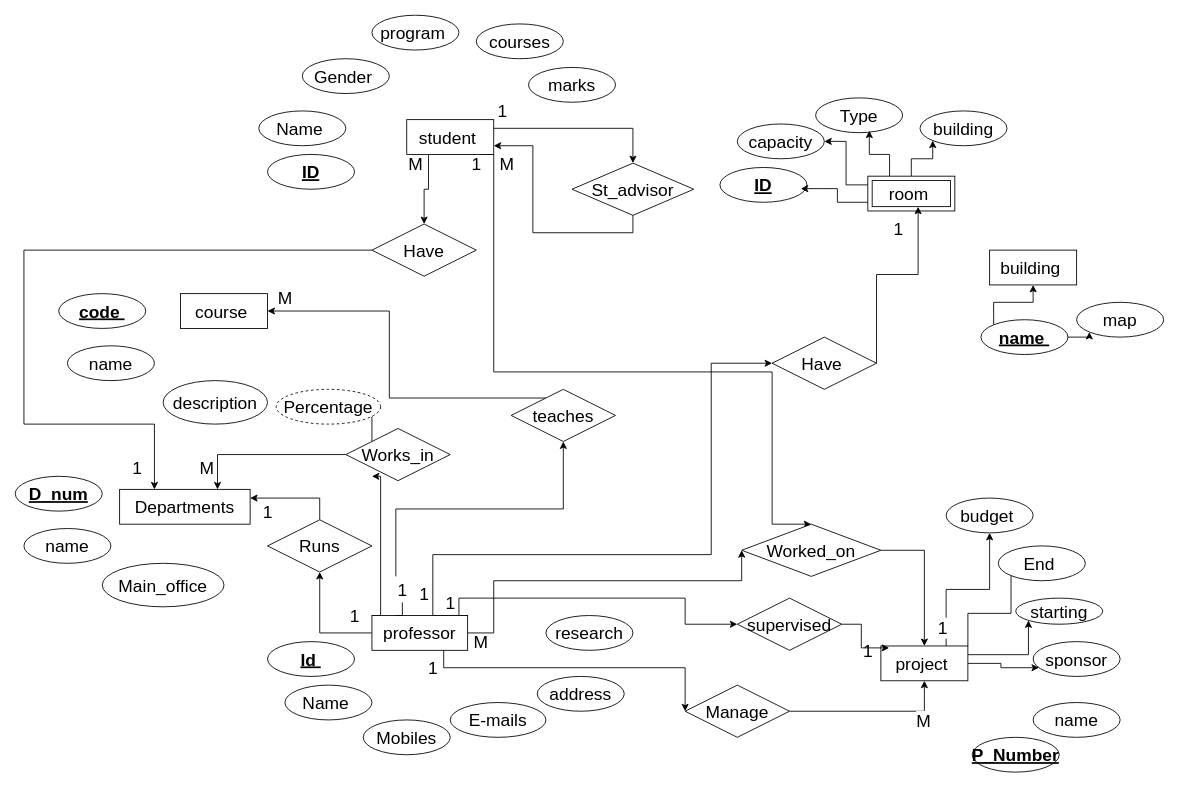
Above: Untitled Diagram.drawio in elarabyelaidy19/database_of_databases (draw.io), before the change. Source tidied: cells renumbered, new cells numbered last; positions are measured from the earlier drawing's top-left corner, leaving out a move shared by most shapes. Both pictures are drawn from the tidied source at 87%, with x=0, y=0 at pixel (15, 15).
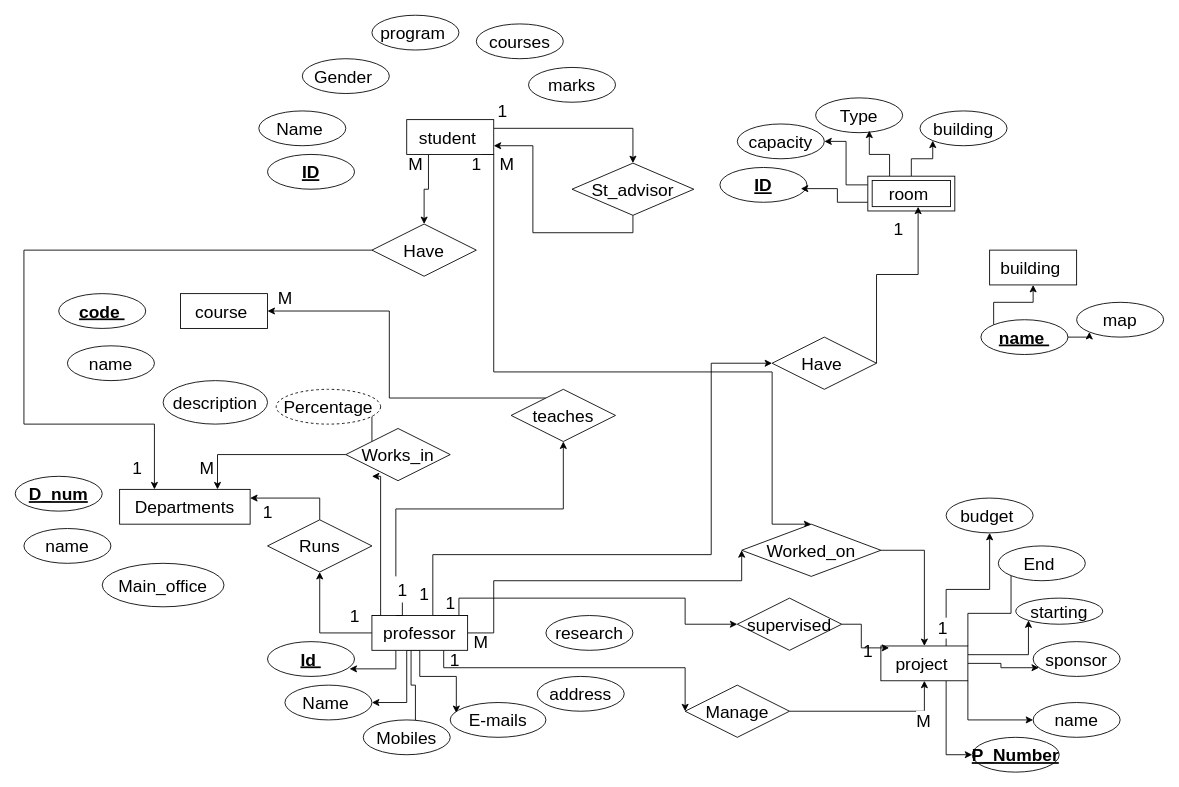
Above is the later version.

The change refers to these unchanged cells:
```xml
<mxCell id="9" value="professor" style="whiteSpace=wrap;html=1;align=center;fontSize=20;fontStyle=0;" parent="1" vertex="1">
  <mxGeometry x="410" y="690" width="110" height="40" as="geometry" />
</mxCell>
<mxCell id="20" value="project&amp;nbsp;" style="whiteSpace=wrap;html=1;align=center;fontSize=20;fontStyle=0;" parent="1" vertex="1">
  <mxGeometry x="995" y="725" width="100" height="40" as="geometry" />
</mxCell>
<mxCell id="31" value="Id&amp;nbsp;" style="ellipse;whiteSpace=wrap;html=1;align=center;fontSize=20;fontStyle=5;" parent="1" vertex="1">
  <mxGeometry x="290" y="720" width="100" height="40" as="geometry" />
</mxCell>
<mxCell id="32" value="Mobiles" style="ellipse;whiteSpace=wrap;html=1;align=center;fontSize=20;" parent="1" vertex="1">
  <mxGeometry x="400" y="810" width="100" height="40" as="geometry" />
</mxCell>
<mxCell id="33" value="Name&amp;nbsp;" style="ellipse;whiteSpace=wrap;html=1;align=center;fontSize=20;" parent="1" vertex="1">
  <mxGeometry x="310" y="770" width="100" height="40" as="geometry" />
</mxCell>
<mxCell id="34" value="E-mails" style="ellipse;whiteSpace=wrap;html=1;align=center;fontSize=20;" parent="1" vertex="1">
  <mxGeometry x="500" y="790" width="110" height="40" as="geometry" />
</mxCell>
<mxCell id="43" value="name" style="ellipse;whiteSpace=wrap;html=1;align=center;fontSize=20;" parent="1" vertex="1">
  <mxGeometry x="1170" y="790" width="100" height="40" as="geometry" />
</mxCell>
<mxCell id="44" value="P_Number" style="ellipse;whiteSpace=wrap;html=1;align=center;fontSize=20;fontStyle=5;" parent="1" vertex="1">
  <mxGeometry x="1100" y="830" width="100" height="40" as="geometry" />
</mxCell>
```

The edit, as a diff of the source:
```diff
@@
+    <mxCell id="98" style="edgeStyle=orthogonalEdgeStyle;rounded=0;jettySize=auto;html=1;exitX=0.25;exitY=1;exitDx=0;exitDy=0;entryX=0.943;entryY=0.783;entryDx=0;entryDy=0;entryPerimeter=0;" parent="1" edge="1" source="9" target="31">
+      <mxGeometry relative="1" as="geometry" />
+    </mxCell>
+    <mxCell id="99" style="edgeStyle=orthogonalEdgeStyle;rounded=0;jettySize=auto;html=1;exitX=0.5;exitY=1;exitDx=0;exitDy=0;entryX=1;entryY=0.5;entryDx=0;entryDy=0;" parent="1" edge="1" source="9" target="33">
+      <mxGeometry relative="1" as="geometry">
+        <Array as="points">
+          <mxPoint x="450" y="730" />
+          <mxPoint x="450" y="790" />
+        </Array>
+      </mxGeometry>
+    </mxCell>
+    <mxCell id="100" style="edgeStyle=orthogonalEdgeStyle;rounded=0;jettySize=auto;html=1;exitX=0.409;exitY=1;exitDx=0;exitDy=0;entryX=0.683;entryY=0.1;entryDx=0;entryDy=0;entryPerimeter=0;exitPerimeter=0;" parent="1" edge="1" source="9" target="32">
+      <mxGeometry relative="1" as="geometry">
+        <Array as="points">
+          <mxPoint x="455" y="770" />
+          <mxPoint x="460" y="770" />
+          <mxPoint x="460" y="814" />
+        </Array>
+      </mxGeometry>
+    </mxCell>
+    <mxCell id="101" style="edgeStyle=orthogonalEdgeStyle;rounded=0;jettySize=auto;html=1;exitX=0.5;exitY=1;exitDx=0;exitDy=0;entryX=0.064;entryY=0.3;entryDx=0;entryDy=0;entryPerimeter=0;" parent="1" edge="1" source="9" target="34">
+      <mxGeometry relative="1" as="geometry" />
+    </mxCell>
@@
+    <mxCell id="102" style="edgeStyle=orthogonalEdgeStyle;rounded=0;jettySize=auto;html=1;exitX=1;exitY=1;exitDx=0;exitDy=0;entryX=0;entryY=0.5;entryDx=0;entryDy=0;" parent="1" edge="1" source="20" target="43">
+      <mxGeometry relative="1" as="geometry" />
+    </mxCell>
+    <mxCell id="103" style="edgeStyle=orthogonalEdgeStyle;rounded=0;jettySize=auto;html=1;exitX=0.75;exitY=1;exitDx=0;exitDy=0;entryX=0;entryY=0.5;entryDx=0;entryDy=0;" parent="1" edge="1" source="20" target="44">
+      <mxGeometry relative="1" as="geometry" />
+    </mxCell>
@@
     <mxCell id="85" value="1" style="text;html=1;align=center;verticalAlign=middle;strokeColor=none;fontSize=20;" parent="1" vertex="1">
-      <mxGeometry x="465" y="735" width="30" height="30" as="geometry" />
+      <mxGeometry x="490" y="725" width="30" height="30" as="geometry" />
     </mxCell>
```
